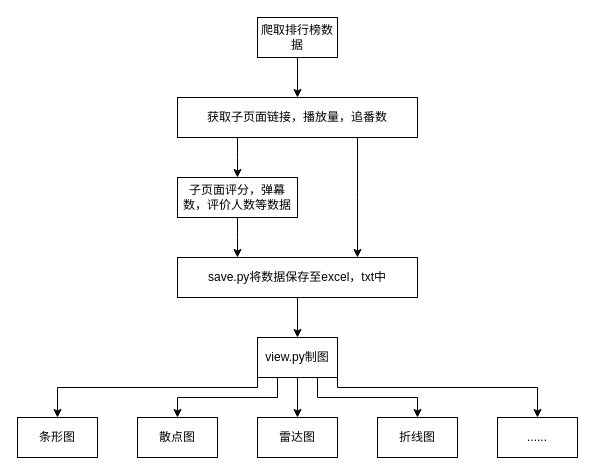
ygkldnherr/ygkldnherr.github.io keeps this draw.io diagram as drawio/Test.drawio. Above is the earlier version. Source tidied: cells renumbered, new cells numbered last; positions are measured from the earlier drawing's top-left corner, leaving out a move shared by most shapes. Both pictures are drawn from the tidied source at 100%, with x=0, y=0 at pixel (17, 17).
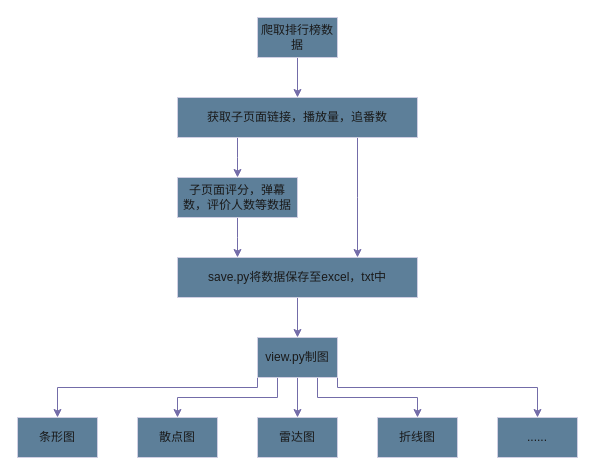
Above is the later version.

Change to the diagram source:
```diff
@@
-    <mxCell id="2" style="edgeStyle=orthogonalEdgeStyle;rounded=0;jettySize=auto;html=1;entryX=0.5;entryY=0;entryDx=0;entryDy=0;" parent="1" edge="1" source="3" target="6">
+    <mxCell id="2" style="edgeStyle=orthogonalEdgeStyle;rounded=0;jettySize=auto;html=1;entryX=0.5;entryY=0;entryDx=0;entryDy=0;labelBackgroundColor=none;strokeColor=#736CA8;fontColor=default;" parent="1" edge="1" source="3" target="6">
       <mxGeometry relative="1" as="geometry" />
     </mxCell>
-    <mxCell id="3" value="爬取排行榜数据" style="rounded=0;whiteSpace=wrap;html=1;" parent="1" vertex="1">
+    <mxCell id="3" value="爬取排行榜数据" style="rounded=0;whiteSpace=wrap;html=1;labelBackgroundColor=none;fillColor=#5D7F99;strokeColor=#D0CEE2;fontColor=#1A1A1A;" parent="1" vertex="1">
       <mxGeometry x="240" width="80" height="40" as="geometry" />
     </mxCell>
-    <mxCell id="4" style="edgeStyle=orthogonalEdgeStyle;rounded=0;jettySize=auto;html=1;exitX=0.25;exitY=1;exitDx=0;exitDy=0;" parent="1" edge="1" source="6">
+    <mxCell id="4" style="edgeStyle=orthogonalEdgeStyle;rounded=0;jettySize=auto;html=1;exitX=0.25;exitY=1;exitDx=0;exitDy=0;labelBackgroundColor=none;strokeColor=#736CA8;fontColor=default;" parent="1" edge="1" source="6">
       <mxGeometry relative="1" as="geometry">
         <mxPoint x="220" y="160" as="targetPoint" />
       </mxGeometry>
     </mxCell>
-    <mxCell id="5" style="edgeStyle=orthogonalEdgeStyle;rounded=0;jettySize=auto;html=1;exitX=0.75;exitY=1;exitDx=0;exitDy=0;" parent="1" edge="1" source="6">
+    <mxCell id="5" style="edgeStyle=orthogonalEdgeStyle;rounded=0;jettySize=auto;html=1;exitX=0.75;exitY=1;exitDx=0;exitDy=0;labelBackgroundColor=none;strokeColor=#736CA8;fontColor=default;" parent="1" edge="1" source="6">
       <mxGeometry relative="1" as="geometry">
         <mxPoint x="340" y="240" as="targetPoint" />
       </mxGeometry>
     </mxCell>
-    <mxCell id="6" value="获取子页面链接，播放量，追番数" style="rounded=0;whiteSpace=wrap;html=1;" parent="1" vertex="1">
+    <mxCell id="6" value="获取子页面链接，播放量，追番数" style="rounded=0;whiteSpace=wrap;html=1;labelBackgroundColor=none;fillColor=#5D7F99;strokeColor=#D0CEE2;fontColor=#1A1A1A;" parent="1" vertex="1">
       <mxGeometry x="160" y="80" width="240" height="40" as="geometry" />
     </mxCell>
-    <mxCell id="7" style="edgeStyle=orthogonalEdgeStyle;rounded=0;jettySize=auto;html=1;" parent="1" edge="1" source="8">
+    <mxCell id="7" style="edgeStyle=orthogonalEdgeStyle;rounded=0;jettySize=auto;html=1;labelBackgroundColor=none;strokeColor=#736CA8;fontColor=default;" parent="1" edge="1" source="8">
       <mxGeometry relative="1" as="geometry">
         <mxPoint x="220" y="240" as="targetPoint" />
       </mxGeometry>
     </mxCell>
-    <mxCell id="8" value="子页面评分，弹幕数，评价人数等数据" style="rounded=0;whiteSpace=wrap;html=1;" parent="1" vertex="1">
+    <mxCell id="8" value="子页面评分，弹幕数，评价人数等数据" style="rounded=0;whiteSpace=wrap;html=1;labelBackgroundColor=none;fillColor=#5D7F99;strokeColor=#D0CEE2;fontColor=#1A1A1A;" parent="1" vertex="1">
       <mxGeometry x="160" y="160" width="120" height="40" as="geometry" />
     </mxCell>
-    <mxCell id="9" style="edgeStyle=orthogonalEdgeStyle;rounded=0;jettySize=auto;html=1;entryX=0.5;entryY=0;entryDx=0;entryDy=0;" parent="1" edge="1" source="10" target="16">
+    <mxCell id="9" style="edgeStyle=orthogonalEdgeStyle;rounded=0;jettySize=auto;html=1;entryX=0.5;entryY=0;entryDx=0;entryDy=0;labelBackgroundColor=none;strokeColor=#736CA8;fontColor=default;" parent="1" edge="1" source="10" target="16">
       <mxGeometry relative="1" as="geometry" />
     </mxCell>
-    <mxCell id="10" value="save.py将数据保存至excel，txt中" style="rounded=0;whiteSpace=wrap;html=1;" parent="1" vertex="1">
+    <mxCell id="10" value="save.py将数据保存至excel，txt中" style="rounded=0;whiteSpace=wrap;html=1;labelBackgroundColor=none;fillColor=#5D7F99;strokeColor=#D0CEE2;fontColor=#1A1A1A;" parent="1" vertex="1">
       <mxGeometry x="160" y="240" width="240" height="40" as="geometry" />
     </mxCell>
-    <mxCell id="11" style="edgeStyle=orthogonalEdgeStyle;rounded=0;jettySize=auto;html=1;entryX=0.5;entryY=0;entryDx=0;entryDy=0;" parent="1" edge="1" source="16" target="19">
+    <mxCell id="11" style="edgeStyle=orthogonalEdgeStyle;rounded=0;jettySize=auto;html=1;entryX=0.5;entryY=0;entryDx=0;entryDy=0;labelBackgroundColor=none;strokeColor=#736CA8;fontColor=default;" parent="1" edge="1" source="16" target="19">
       <mxGeometry relative="1" as="geometry" />
     </mxCell>
-    <mxCell id="12" style="edgeStyle=orthogonalEdgeStyle;rounded=0;jettySize=auto;html=1;exitX=0;exitY=1;exitDx=0;exitDy=0;entryX=0.5;entryY=0;entryDx=0;entryDy=0;" parent="1" edge="1" source="16" target="17">
+    <mxCell id="12" style="edgeStyle=orthogonalEdgeStyle;rounded=0;jettySize=auto;html=1;exitX=0;exitY=1;exitDx=0;exitDy=0;entryX=0.5;entryY=0;entryDx=0;entryDy=0;labelBackgroundColor=none;strokeColor=#736CA8;fontColor=default;" parent="1" edge="1" source="16" target="17">
       <mxGeometry relative="1" as="geometry">
         <Array as="points">
           <mxPoint x="240" y="370" />
           <mxPoint x="40" y="370" />
         </Array>
       </mxGeometry>
     </mxCell>
-    <mxCell id="13" style="edgeStyle=orthogonalEdgeStyle;rounded=0;jettySize=auto;html=1;exitX=0.25;exitY=1;exitDx=0;exitDy=0;entryX=0.5;entryY=0;entryDx=0;entryDy=0;" parent="1" edge="1" source="16" target="18">
+    <mxCell id="13" style="edgeStyle=orthogonalEdgeStyle;rounded=0;jettySize=auto;html=1;exitX=0.25;exitY=1;exitDx=0;exitDy=0;entryX=0.5;entryY=0;entryDx=0;entryDy=0;labelBackgroundColor=none;strokeColor=#736CA8;fontColor=default;" parent="1" edge="1" source="16" target="18">
       <mxGeometry relative="1" as="geometry" />
     </mxCell>
-    <mxCell id="14" style="edgeStyle=orthogonalEdgeStyle;rounded=0;jettySize=auto;html=1;exitX=0.75;exitY=1;exitDx=0;exitDy=0;entryX=0.5;entryY=0;entryDx=0;entryDy=0;" parent="1" edge="1" source="16" target="20">
+    <mxCell id="14" style="edgeStyle=orthogonalEdgeStyle;rounded=0;jettySize=auto;html=1;exitX=0.75;exitY=1;exitDx=0;exitDy=0;entryX=0.5;entryY=0;entryDx=0;entryDy=0;labelBackgroundColor=none;strokeColor=#736CA8;fontColor=default;" parent="1" edge="1" source="16" target="20">
       <mxGeometry relative="1" as="geometry" />
     </mxCell>
-    <mxCell id="15" style="edgeStyle=orthogonalEdgeStyle;rounded=0;jettySize=auto;html=1;exitX=1;exitY=1;exitDx=0;exitDy=0;entryX=0.5;entryY=0;entryDx=0;entryDy=0;" parent="1" edge="1" source="16" target="21">
+    <mxCell id="15" style="edgeStyle=orthogonalEdgeStyle;rounded=0;jettySize=auto;html=1;exitX=1;exitY=1;exitDx=0;exitDy=0;entryX=0.5;entryY=0;entryDx=0;entryDy=0;labelBackgroundColor=none;strokeColor=#736CA8;fontColor=default;" parent="1" edge="1" source="16" target="21">
       <mxGeometry relative="1" as="geometry">
         <Array as="points">
           <mxPoint x="320" y="370" />
           <mxPoint x="520" y="370" />
         </Array>
       </mxGeometry>
     </mxCell>
-    <mxCell id="16" value="view.py制图" style="rounded=0;whiteSpace=wrap;html=1;" parent="1" vertex="1">
+    <mxCell id="16" value="view.py制图" style="rounded=0;whiteSpace=wrap;html=1;labelBackgroundColor=none;fillColor=#5D7F99;strokeColor=#D0CEE2;fontColor=#1A1A1A;" parent="1" vertex="1">
       <mxGeometry x="240" y="320" width="80" height="40" as="geometry" />
     </mxCell>
-    <mxCell id="17" value="条形图" style="rounded=0;whiteSpace=wrap;html=1;" parent="1" vertex="1">
+    <mxCell id="17" value="条形图" style="rounded=0;whiteSpace=wrap;html=1;labelBackgroundColor=none;fillColor=#5D7F99;strokeColor=#D0CEE2;fontColor=#1A1A1A;" parent="1" vertex="1">
       <mxGeometry y="400" width="80" height="40" as="geometry" />
     </mxCell>
-    <mxCell id="18" value="散点图" style="rounded=0;whiteSpace=wrap;html=1;" parent="1" vertex="1">
+    <mxCell id="18" value="散点图" style="rounded=0;whiteSpace=wrap;html=1;labelBackgroundColor=none;fillColor=#5D7F99;strokeColor=#D0CEE2;fontColor=#1A1A1A;" parent="1" vertex="1">
       <mxGeometry x="120" y="400" width="80" height="40" as="geometry" />
     </mxCell>
-    <mxCell id="19" value="雷达图" style="rounded=0;whiteSpace=wrap;html=1;" parent="1" vertex="1">
+    <mxCell id="19" value="雷达图" style="rounded=0;whiteSpace=wrap;html=1;labelBackgroundColor=none;fillColor=#5D7F99;strokeColor=#D0CEE2;fontColor=#1A1A1A;" parent="1" vertex="1">
       <mxGeometry x="240" y="400" width="80" height="40" as="geometry" />
     </mxCell>
-    <mxCell id="20" value="折线图" style="rounded=0;whiteSpace=wrap;html=1;" parent="1" vertex="1">
+    <mxCell id="20" value="折线图" style="rounded=0;whiteSpace=wrap;html=1;labelBackgroundColor=none;fillColor=#5D7F99;strokeColor=#D0CEE2;fontColor=#1A1A1A;" parent="1" vertex="1">
       <mxGeometry x="360" y="400" width="80" height="40" as="geometry" />
     </mxCell>
-    <mxCell id="21" value="......" style="rounded=0;whiteSpace=wrap;html=1;" parent="1" vertex="1">
+    <mxCell id="21" value="......" style="rounded=0;whiteSpace=wrap;html=1;labelBackgroundColor=none;fillColor=#5D7F99;strokeColor=#D0CEE2;fontColor=#1A1A1A;" parent="1" vertex="1">
       <mxGeometry x="480" y="400" width="80" height="40" as="geometry" />
     </mxCell>
```
